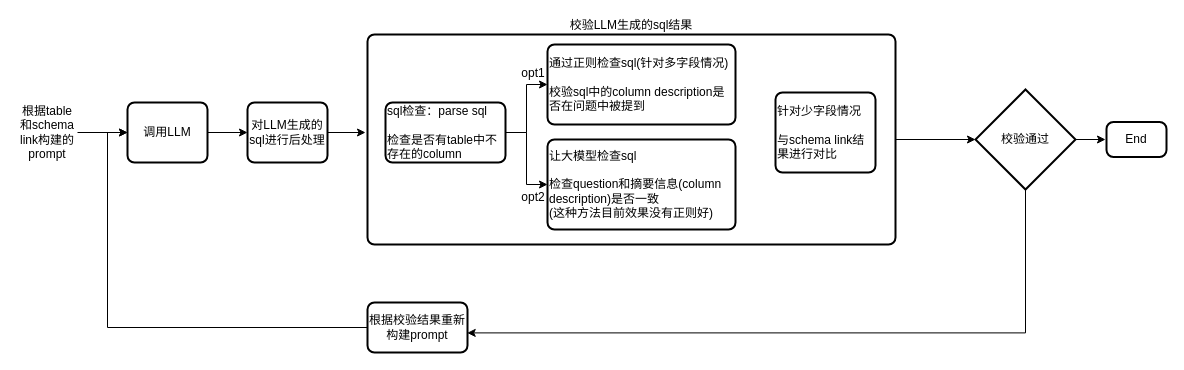
The draw.io diagram page "sql校验" (4 of 12) of NL2SQL_LLM.drawio in CindyZX/drawio_figures, before the edit. Source tidied: cells renumbered, new cells numbered last; positions are measured from the earlier drawing's top-left corner, leaving out a move shared by most shapes. Both pictures are drawn from the tidied source at 100%, with x=0, y=0 at pixel (17, 34).
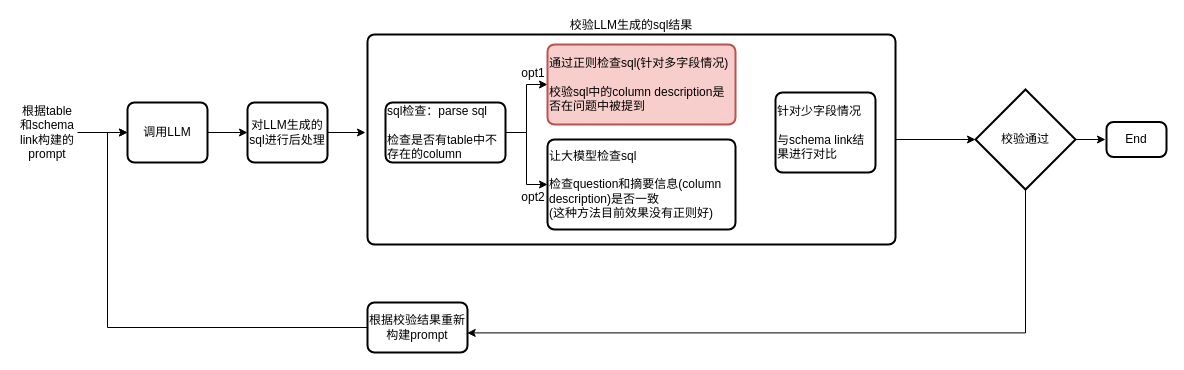
After the change.

Diff of the diagram source:
```diff
@@
-    <mxCell id="15" value="通过正则检查sql(针对多字段情况)&lt;br&gt;&lt;br&gt;&lt;div style=&quot;&quot;&gt;校验sql中的column description是否在问题中被提到&lt;/div&gt;" style="rounded=1;whiteSpace=wrap;html=1;absoluteArcSize=1;arcSize=14;strokeWidth=2;labelPosition=center;verticalLabelPosition=middle;align=left;verticalAlign=middle;" parent="1" vertex="1">
+    <mxCell id="15" value="通过正则检查sql(针对多字段情况)&lt;br&gt;&lt;br&gt;&lt;div style=&quot;&quot;&gt;校验sql中的column description是否在问题中被提到&lt;/div&gt;" style="rounded=1;whiteSpace=wrap;html=1;absoluteArcSize=1;arcSize=14;strokeWidth=2;labelPosition=center;verticalLabelPosition=middle;align=left;verticalAlign=middle;fillColor=#f8cecc;strokeColor=#b85450;" parent="1" vertex="1">
       <mxGeometry x="530" y="10" width="188" height="80" as="geometry" />
     </mxCell>
```
